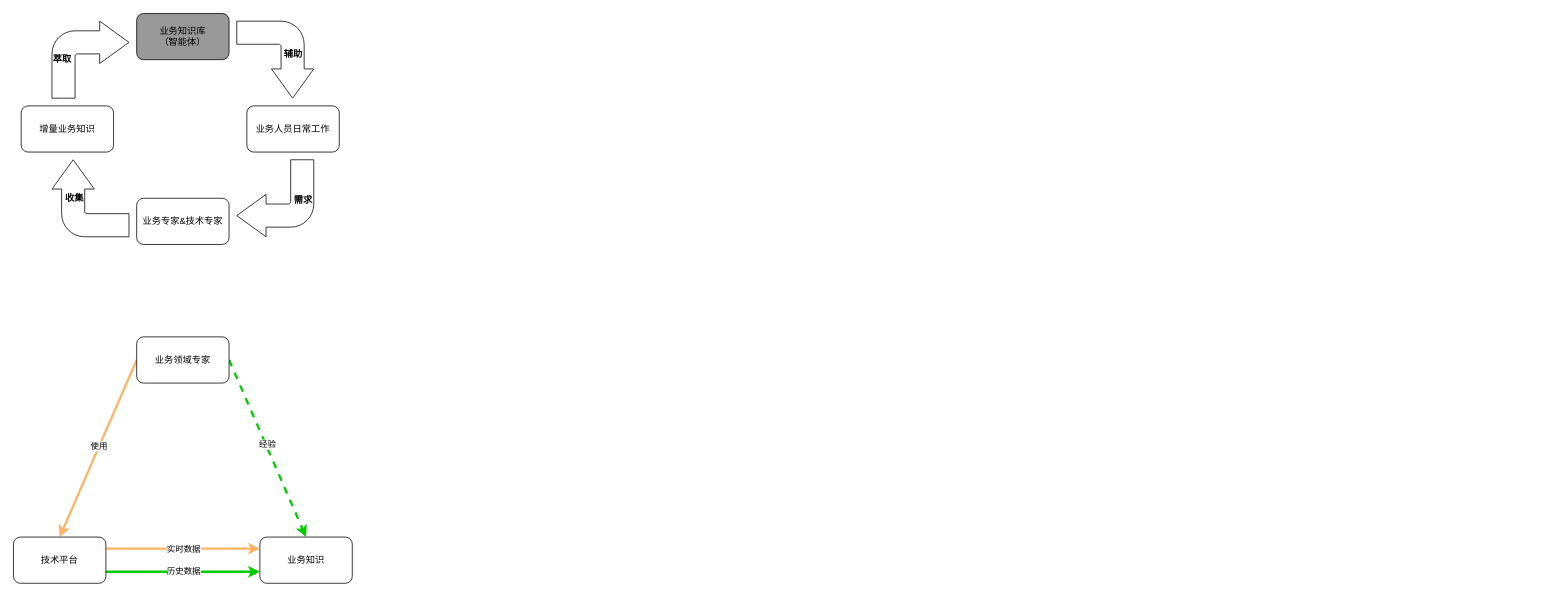
Earlier version of the draw.io diagram biz_flow/垂直领域知识库构建整体流程.drawio (hlld3344/diagrams). Source tidied: cells renumbered, new cells numbered last; positions are measured from the earlier drawing's top-left corner, leaving out a move shared by most shapes. Both pictures are drawn from the tidied source at 77%, with x=0, y=0 at pixel (13, 13). Pictures stored in the file or linked from it are replaced by grey dashed boxes.
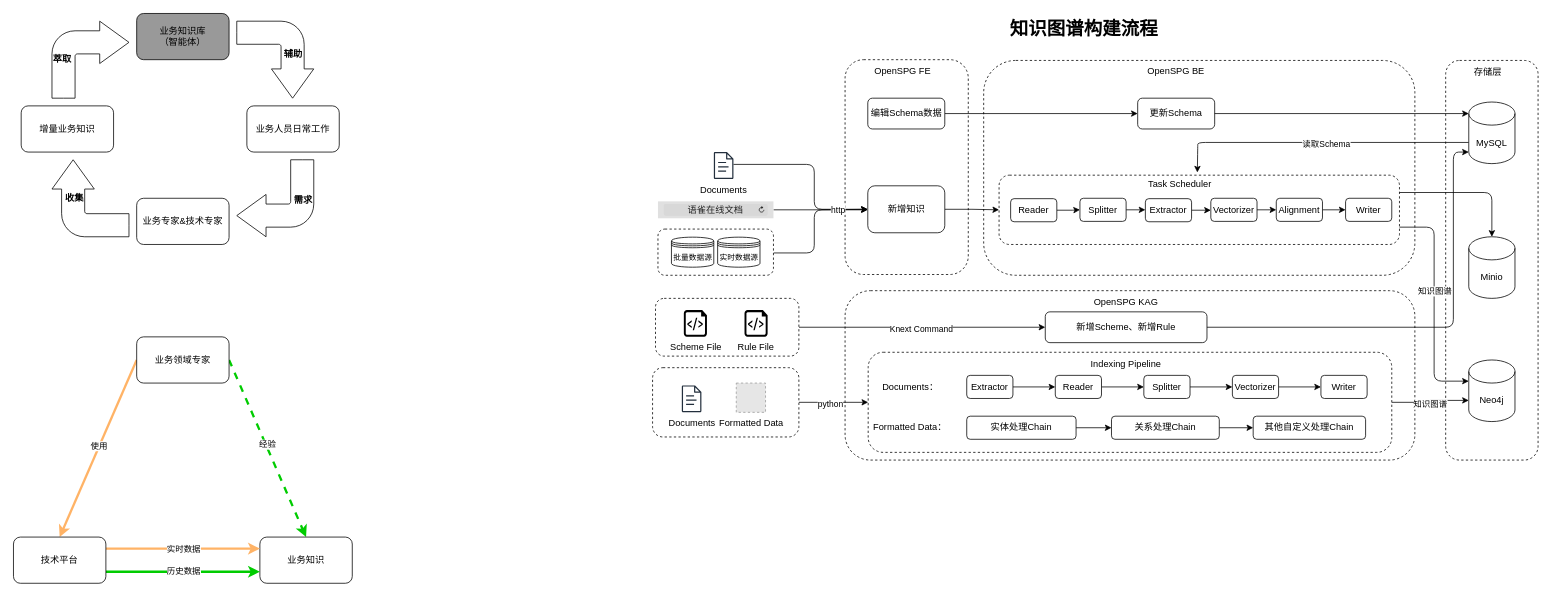
The same page after the edit.

Commit message:
更新垂直领域知识库构建整体流程.drawio

Change to the diagram source:
```diff
@@
+    <mxCell id="25" style="rounded=1;whiteSpace=wrap;html=1;dashed=1;" parent="1" vertex="1">
+      <mxGeometry x="1080" y="360" width="740" height="220" as="geometry" />
+    </mxCell>
+    <mxCell id="26" style="edgeStyle=orthogonalEdgeStyle;rounded=0;jettySize=auto;html=1;exitX=1;exitY=0.5;exitDx=0;exitDy=0;entryX=0;entryY=0.5;entryDx=0;entryDy=0;" parent="1" edge="1" source="28" target="81">
+      <mxGeometry relative="1" as="geometry" />
+    </mxCell>
+    <mxCell id="27" value="Knext Command" style="edgeLabel;html=1;align=center;verticalAlign=middle;" parent="26" vertex="1">
+      <mxGeometry x="-0.01" y="-1" relative="1" as="geometry">
+        <mxPoint y="1" as="offset" />
+      </mxGeometry>
+    </mxCell>
+    <mxCell id="28" style="rounded=1;whiteSpace=wrap;html=1;dashed=1;" parent="1" vertex="1">
+      <mxGeometry x="833.8" y="370" width="186.2" height="75" as="geometry" />
+    </mxCell>
+    <mxCell id="29" style="edgeStyle=orthogonalEdgeStyle;rounded=0;jettySize=auto;html=1;exitX=1;exitY=0.5;exitDx=0;exitDy=0;entryX=0;entryY=0.5;entryDx=0;entryDy=0;" parent="1" edge="1" source="31" target="77">
+      <mxGeometry relative="1" as="geometry" />
+    </mxCell>
+    <mxCell id="30" value="python" style="edgeLabel;html=1;align=center;verticalAlign=middle;" parent="29" vertex="1">
+      <mxGeometry x="-0.11" y="-1" relative="1" as="geometry" />
+    </mxCell>
+    <mxCell id="31" style="rounded=1;whiteSpace=wrap;html=1;dashed=1;" parent="1" vertex="1">
+      <mxGeometry x="830" y="460" width="190" height="90" as="geometry" />
+    </mxCell>
+    <mxCell id="32" style="rounded=1;whiteSpace=wrap;html=1;dashed=1;" parent="1" vertex="1">
+      <mxGeometry x="1080" y="60" width="160" height="279" as="geometry" />
+    </mxCell>
+    <mxCell id="33" style="edgeStyle=orthogonalEdgeStyle;rounded=1;jettySize=auto;html=1;curved=0;" parent="1" edge="1" source="34" target="52">
+      <mxGeometry relative="1" as="geometry">
+        <Array as="points">
+          <mxPoint x="1040" y="311" />
+          <mxPoint x="1040" y="255" />
+        </Array>
+      </mxGeometry>
+    </mxCell>
+    <mxCell id="34" style="rounded=1;whiteSpace=wrap;html=1;dashed=1;" parent="1" vertex="1">
+      <mxGeometry x="837" y="280" width="150" height="60" as="geometry" />
+    </mxCell>
+    <mxCell id="35" style="rounded=1;whiteSpace=wrap;html=1;dashed=1;" parent="1" vertex="1">
+      <mxGeometry x="1860" y="61" width="120" height="519" as="geometry" />
+    </mxCell>
+    <mxCell id="36" style="rounded=1;whiteSpace=wrap;html=1;dashed=1;" parent="1" vertex="1">
+      <mxGeometry x="1260" y="61" width="560" height="279" as="geometry" />
+    </mxCell>
@@
+    <mxCell id="37" value="OpenSPG BE" style="text;html=1;align=center;verticalAlign=middle;whiteSpace=wrap;rounded=0;" parent="1" vertex="1">
+      <mxGeometry x="1465" y="60" width="90" height="30" as="geometry" />
+    </mxCell>
+    <mxCell id="38" value="OpenSPG FE" style="text;html=1;align=center;verticalAlign=middle;whiteSpace=wrap;rounded=0;" parent="1" vertex="1">
+      <mxGeometry x="1109.5" y="60" width="90" height="30" as="geometry" />
+    </mxCell>
+    <mxCell id="39" value="OpenSPG KAG" style="text;html=1;align=center;verticalAlign=middle;whiteSpace=wrap;rounded=0;" parent="1" vertex="1">
+      <mxGeometry x="1400" y="360" width="90" height="30" as="geometry" />
+    </mxCell>
+    <mxCell id="40" style="edgeStyle=orthogonalEdgeStyle;rounded=1;jettySize=auto;html=1;entryX=0;entryY=0.5;entryDx=0;entryDy=0;curved=0;" parent="1" edge="1" source="41" target="52">
+      <mxGeometry relative="1" as="geometry">
+        <Array as="points">
+          <mxPoint x="1040" y="196" />
+          <mxPoint x="1040" y="254" />
+        </Array>
+      </mxGeometry>
+    </mxCell>
+    <mxCell id="41" value="&lt;span style=&quot;color: rgb(0, 0, 0); text-wrap-mode: wrap;&quot;&gt;Documents&lt;/span&gt;" style="sketch=0;outlineConnect=0;fontColor=#232F3E;gradientColor=none;fillColor=#232F3D;strokeColor=none;dashed=0;verticalLabelPosition=bottom;verticalAlign=top;align=center;html=1;fontSize=12;fontStyle=0;shape=mxgraph.aws4.document;" parent="1" vertex="1">
+      <mxGeometry x="909.5" y="180" width="25.6" height="35" as="geometry" />
+    </mxCell>
+    <mxCell id="42" style="edgeStyle=orthogonalEdgeStyle;rounded=1;jettySize=auto;html=1;exitX=0;exitY=0;exitDx=0;exitDy=52.5;exitPerimeter=0;entryX=0.75;entryY=0;entryDx=0;entryDy=0;curved=0;" parent="1" edge="1" source="44" target="61">
+      <mxGeometry relative="1" as="geometry">
+        <Array as="points">
+          <mxPoint x="1538" y="173" />
+          <mxPoint x="1538" y="187" />
+        </Array>
+      </mxGeometry>
+    </mxCell>
+    <mxCell id="43" value="读取Schema" style="edgeLabel;html=1;align=center;verticalAlign=middle;" parent="42" vertex="1">
+      <mxGeometry x="-0.05" y="2" relative="1" as="geometry" />
+    </mxCell>
+    <mxCell id="44" value="MySQL" style="shape=cylinder3;whiteSpace=wrap;html=1;boundedLbl=1;backgroundOutline=1;size=15;" parent="1" vertex="1">
+      <mxGeometry x="1890" y="115" width="60" height="80" as="geometry" />
+    </mxCell>
+    <mxCell id="45" value="更新Schema" style="rounded=1;whiteSpace=wrap;html=1;" parent="1" vertex="1">
+      <mxGeometry x="1460" y="110" width="100" height="40" as="geometry" />
+    </mxCell>
+    <mxCell id="46" style="edgeStyle=orthogonalEdgeStyle;rounded=0;jettySize=auto;html=1;" parent="1" edge="1" source="47" target="45">
+      <mxGeometry relative="1" as="geometry" />
+    </mxCell>
+    <mxCell id="47" value="编辑Schema数据" style="rounded=1;whiteSpace=wrap;html=1;" parent="1" vertex="1">
+      <mxGeometry x="1109.5" y="110" width="100" height="40" as="geometry" />
+    </mxCell>
+    <mxCell id="48" value="存储层" style="text;html=1;align=center;verticalAlign=middle;whiteSpace=wrap;rounded=0;" parent="1" vertex="1">
+      <mxGeometry x="1870" y="61" width="90" height="30" as="geometry" />
+    </mxCell>
+    <mxCell id="49" value="Minio" style="shape=cylinder3;whiteSpace=wrap;html=1;boundedLbl=1;backgroundOutline=1;size=15;" parent="1" vertex="1">
+      <mxGeometry x="1890" y="290" width="60" height="80" as="geometry" />
+    </mxCell>
+    <mxCell id="50" value="Neo4j" style="shape=cylinder3;whiteSpace=wrap;html=1;boundedLbl=1;backgroundOutline=1;size=15;" parent="1" vertex="1">
+      <mxGeometry x="1890" y="450" width="60" height="80" as="geometry" />
+    </mxCell>
+    <mxCell id="51" style="edgeStyle=orthogonalEdgeStyle;rounded=0;jettySize=auto;html=1;exitX=1;exitY=0.5;exitDx=0;exitDy=0;entryX=0;entryY=0.5;entryDx=0;entryDy=0;" parent="1" edge="1" source="52" target="58">
+      <mxGeometry relative="1" as="geometry" />
+    </mxCell>
+    <mxCell id="52" value="新增知识" style="rounded=1;whiteSpace=wrap;html=1;" parent="1" vertex="1">
+      <mxGeometry x="1109.5" y="223.8" width="100" height="61" as="geometry" />
+    </mxCell>
+    <mxCell id="53" style="edgeStyle=orthogonalEdgeStyle;rounded=1;jettySize=auto;html=1;curved=0;" parent="1" edge="1" source="55" target="52">
+      <mxGeometry relative="1" as="geometry" />
+    </mxCell>
+    <mxCell id="54" value="http" style="edgeLabel;html=1;align=center;verticalAlign=middle;" parent="53" vertex="1">
+      <mxGeometry x="0.36" relative="1" as="geometry" />
+    </mxCell>
+    <mxCell id="55" value="&lt;font style=&quot;font-size: 12px;&quot;&gt;语雀在线文档&lt;/font&gt;" style="html=1;strokeWidth=1;shadow=0;dashed=0;shape=mxgraph.ios7ui.url;fillColor=#e0e0e0;strokeColor=#c0c0c0;buttonText=;strokeColor2=#222222;fontColor=#222222;fontSize=8;spacingTop=2;align=center;whiteSpace=wrap;" parent="1" vertex="1">
+      <mxGeometry x="837" y="244" width="150" height="22" as="geometry" />
+    </mxCell>
+    <mxCell id="56" value="&lt;font style=&quot;font-size: 10px;&quot;&gt;批量数据源&lt;/font&gt;" style="shape=datastore;whiteSpace=wrap;html=1;" parent="1" vertex="1">
+      <mxGeometry x="854.5" y="290.5" width="55" height="39" as="geometry" />
+    </mxCell>
+    <mxCell id="57" value="&lt;font style=&quot;font-size: 10px;&quot;&gt;实时数据源&lt;/font&gt;" style="shape=datastore;whiteSpace=wrap;html=1;" parent="1" vertex="1">
+      <mxGeometry x="914.5" y="290.5" width="55" height="39" as="geometry" />
+    </mxCell>
+    <mxCell id="58" style="rounded=1;whiteSpace=wrap;html=1;dashed=1;" parent="1" vertex="1">
+      <mxGeometry x="1280" y="210" width="520" height="90" as="geometry" />
+    </mxCell>
+    <mxCell id="59" style="edgeStyle=orthogonalEdgeStyle;rounded=0;jettySize=auto;html=1;entryX=0;entryY=0.5;entryDx=0;entryDy=0;" parent="1" edge="1" source="60" target="63">
+      <mxGeometry relative="1" as="geometry" />
+    </mxCell>
+    <mxCell id="60" value="Reader" style="rounded=1;whiteSpace=wrap;html=1;" parent="1" vertex="1">
+      <mxGeometry x="1295" y="240.5" width="60" height="30" as="geometry" />
+    </mxCell>
+    <mxCell id="61" value="Task Scheduler" style="text;html=1;align=center;verticalAlign=middle;whiteSpace=wrap;rounded=0;" parent="1" vertex="1">
+      <mxGeometry x="1470" y="206.5" width="90" height="30" as="geometry" />
+    </mxCell>
+    <mxCell id="62" style="edgeStyle=orthogonalEdgeStyle;rounded=0;jettySize=auto;html=1;exitX=1;exitY=0.5;exitDx=0;exitDy=0;entryX=0;entryY=0.5;entryDx=0;entryDy=0;" parent="1" edge="1" source="63" target="65">
+      <mxGeometry relative="1" as="geometry" />
+    </mxCell>
+    <mxCell id="63" value="Splitter" style="rounded=1;whiteSpace=wrap;html=1;" parent="1" vertex="1">
+      <mxGeometry x="1385" y="240" width="60" height="30" as="geometry" />
+    </mxCell>
+    <mxCell id="64" style="edgeStyle=orthogonalEdgeStyle;rounded=0;jettySize=auto;html=1;exitX=1;exitY=0.5;exitDx=0;exitDy=0;entryX=0;entryY=0.5;entryDx=0;entryDy=0;" parent="1" edge="1" source="65" target="67">
+      <mxGeometry relative="1" as="geometry" />
+    </mxCell>
+    <mxCell id="65" value="Extractor" style="rounded=1;whiteSpace=wrap;html=1;" parent="1" vertex="1">
+      <mxGeometry x="1470" y="240.5" width="60" height="30" as="geometry" />
+    </mxCell>
+    <mxCell id="66" style="edgeStyle=orthogonalEdgeStyle;rounded=0;jettySize=auto;html=1;exitX=1;exitY=0.5;exitDx=0;exitDy=0;entryX=0;entryY=0.5;entryDx=0;entryDy=0;" parent="1" edge="1" source="67" target="69">
+      <mxGeometry relative="1" as="geometry" />
+    </mxCell>
+    <mxCell id="67" value="Vectorizer" style="rounded=1;whiteSpace=wrap;html=1;" parent="1" vertex="1">
+      <mxGeometry x="1555" y="240" width="60" height="30" as="geometry" />
+    </mxCell>
+    <mxCell id="68" style="edgeStyle=orthogonalEdgeStyle;rounded=0;jettySize=auto;html=1;exitX=1;exitY=0.5;exitDx=0;exitDy=0;entryX=0;entryY=0.5;entryDx=0;entryDy=0;" parent="1" edge="1" source="69" target="70">
+      <mxGeometry relative="1" as="geometry" />
+    </mxCell>
+    <mxCell id="69" value="Alignment" style="rounded=1;whiteSpace=wrap;html=1;" parent="1" vertex="1">
+      <mxGeometry x="1640" y="240" width="60" height="30" as="geometry" />
+    </mxCell>
+    <mxCell id="70" value="Writer" style="rounded=1;whiteSpace=wrap;html=1;" parent="1" vertex="1">
+      <mxGeometry x="1730" y="240" width="60" height="30" as="geometry" />
+    </mxCell>
+    <mxCell id="71" style="edgeStyle=orthogonalEdgeStyle;rounded=1;jettySize=auto;html=1;exitX=1;exitY=0.75;exitDx=0;exitDy=0;entryX=0;entryY=0;entryDx=0;entryDy=27.5;entryPerimeter=0;curved=0;" parent="1" edge="1" source="58" target="50">
+      <mxGeometry relative="1" as="geometry" />
+    </mxCell>
+    <mxCell id="72" value="知识图谱" style="edgeLabel;html=1;align=center;verticalAlign=middle;" parent="71" vertex="1">
+      <mxGeometry x="-0.12" relative="1" as="geometry" />
+    </mxCell>
+    <mxCell id="73" style="edgeStyle=orthogonalEdgeStyle;rounded=1;jettySize=auto;html=1;exitX=1;exitY=0.25;exitDx=0;exitDy=0;entryX=0.5;entryY=0;entryDx=0;entryDy=0;entryPerimeter=0;curved=0;" parent="1" edge="1" source="58" target="49">
+      <mxGeometry relative="1" as="geometry" />
+    </mxCell>
+    <mxCell id="74" style="edgeStyle=orthogonalEdgeStyle;rounded=0;jettySize=auto;html=1;exitX=1;exitY=0.5;exitDx=0;exitDy=0;entryX=0;entryY=0;entryDx=0;entryDy=15;entryPerimeter=0;" parent="1" edge="1" source="45" target="44">
+      <mxGeometry relative="1" as="geometry" />
+    </mxCell>
+    <mxCell id="75" value="&lt;span style=&quot;color: rgb(0, 0, 0); text-wrap-mode: wrap;&quot;&gt;Documents&lt;/span&gt;" style="sketch=0;fontColor=#232F3E;gradientColor=none;fillColor=#232F3D;strokeColor=none;dashed=0;verticalLabelPosition=bottom;verticalAlign=top;align=center;html=1;fontSize=12;fontStyle=0;shape=mxgraph.aws4.document;" parent="1" vertex="1">
+      <mxGeometry x="867.9" y="483" width="25.6" height="35" as="geometry" />
+    </mxCell>
+    <mxCell id="76" value="Scheme File" style="verticalLabelPosition=bottom;html=1;verticalAlign=top;align=center;strokeColor=none;fillColor=#000000;shape=mxgraph.azure.script_file;gradientColor=light-dark(#000000, #ffffff);" parent="1" vertex="1">
+      <mxGeometry x="870.6" y="385" width="30" height="35" as="geometry" />
+    </mxCell>
+    <mxCell id="77" style="rounded=1;whiteSpace=wrap;html=1;dashed=1;" parent="1" vertex="1">
+      <mxGeometry x="1110" y="440" width="680" height="130" as="geometry" />
+    </mxCell>
+    <mxCell id="78" value="Indexing Pipeline" style="text;html=1;align=center;verticalAlign=middle;whiteSpace=wrap;rounded=0;" parent="1" vertex="1">
+      <mxGeometry x="1390" y="440" width="110" height="30" as="geometry" />
+    </mxCell>
+    <mxCell id="79" value="Rule File" style="verticalLabelPosition=bottom;html=1;verticalAlign=top;align=center;strokeColor=none;fillColor=#000000;shape=mxgraph.azure.script_file;gradientColor=light-dark(#000000, #ffffff);" parent="1" vertex="1">
+      <mxGeometry x="949.4" y="385" width="30" height="35" as="geometry" />
+    </mxCell>
+    <mxCell id="80" value="Formatted Data" style="fillColor=#E6E6E6;strokeColor=#999999;dashed=1;html=1;verticalAlign=top;verticalLabelPosition=bottom;labelBackgroundColor=#ffffff;" parent="1" vertex="1">
+      <mxGeometry x="938.7" y="480" width="38" height="38" as="geometry" />
+    </mxCell>
+    <mxCell id="81" value="新增Scheme、新增Rule" style="rounded=1;whiteSpace=wrap;html=1;" parent="1" vertex="1">
+      <mxGeometry x="1340" y="387.5" width="210" height="40" as="geometry" />
+    </mxCell>
+    <mxCell id="82" style="edgeStyle=orthogonalEdgeStyle;rounded=1;jettySize=auto;html=1;exitX=1;exitY=0.5;exitDx=0;exitDy=0;entryX=0;entryY=1;entryDx=0;entryDy=-15;entryPerimeter=0;curved=0;" parent="1" edge="1" source="81" target="44">
+      <mxGeometry relative="1" as="geometry">
+        <Array as="points">
+          <mxPoint x="1870" y="408" />
+          <mxPoint x="1870" y="180" />
+        </Array>
+      </mxGeometry>
+    </mxCell>
+    <mxCell id="83" style="edgeStyle=orthogonalEdgeStyle;rounded=0;jettySize=auto;html=1;exitX=1;exitY=0.5;exitDx=0;exitDy=0;entryX=0;entryY=0.5;entryDx=0;entryDy=0;" parent="1" edge="1" source="84" target="88">
+      <mxGeometry relative="1" as="geometry" />
+    </mxCell>
+    <mxCell id="84" value="Reader" style="rounded=1;whiteSpace=wrap;html=1;" parent="1" vertex="1">
+      <mxGeometry x="1353" y="470" width="60" height="30" as="geometry" />
+    </mxCell>
+    <mxCell id="85" style="edgeStyle=orthogonalEdgeStyle;rounded=0;jettySize=auto;html=1;exitX=1;exitY=0.5;exitDx=0;exitDy=0;entryX=0;entryY=0.5;entryDx=0;entryDy=0;" parent="1" edge="1" source="86" target="84">
+      <mxGeometry relative="1" as="geometry" />
+    </mxCell>
+    <mxCell id="86" value="Extractor" style="rounded=1;whiteSpace=wrap;html=1;" parent="1" vertex="1">
+      <mxGeometry x="1238" y="470" width="60" height="30" as="geometry" />
+    </mxCell>
+    <mxCell id="87" style="edgeStyle=orthogonalEdgeStyle;rounded=0;jettySize=auto;html=1;exitX=1;exitY=0.5;exitDx=0;exitDy=0;entryX=0;entryY=0.5;entryDx=0;entryDy=0;" parent="1" edge="1" source="88" target="91">
+      <mxGeometry relative="1" as="geometry" />
+    </mxCell>
+    <mxCell id="88" value="Splitter" style="rounded=1;whiteSpace=wrap;html=1;" parent="1" vertex="1">
+      <mxGeometry x="1468" y="470" width="60" height="30" as="geometry" />
+    </mxCell>
+    <mxCell id="89" value="Writer" style="rounded=1;whiteSpace=wrap;html=1;" parent="1" vertex="1">
+      <mxGeometry x="1698" y="470" width="60" height="30" as="geometry" />
+    </mxCell>
+    <mxCell id="90" style="edgeStyle=orthogonalEdgeStyle;rounded=0;jettySize=auto;html=1;exitX=1;exitY=0.5;exitDx=0;exitDy=0;entryX=0;entryY=0.5;entryDx=0;entryDy=0;" parent="1" edge="1" source="91" target="89">
+      <mxGeometry relative="1" as="geometry" />
+    </mxCell>
+    <mxCell id="91" value="Vectorizer" style="rounded=1;whiteSpace=wrap;html=1;" parent="1" vertex="1">
+      <mxGeometry x="1583" y="470" width="60" height="30" as="geometry" />
+    </mxCell>
+    <mxCell id="92" value="Documents：" style="text;html=1;align=center;verticalAlign=middle;whiteSpace=wrap;rounded=0;" parent="1" vertex="1">
+      <mxGeometry x="1119.5" y="470" width="90" height="30" as="geometry" />
+    </mxCell>
+    <mxCell id="93" value="Formatted Data：" style="text;html=1;align=center;verticalAlign=middle;whiteSpace=wrap;rounded=0;" parent="1" vertex="1">
+      <mxGeometry x="1114.2" y="523" width="100.5" height="30" as="geometry" />
+    </mxCell>
+    <mxCell id="94" style="edgeStyle=orthogonalEdgeStyle;rounded=0;jettySize=auto;html=1;exitX=1;exitY=0.5;exitDx=0;exitDy=0;entryX=0;entryY=0.5;entryDx=0;entryDy=0;" parent="1" edge="1" source="95" target="99">
+      <mxGeometry relative="1" as="geometry" />
+    </mxCell>
+    <mxCell id="95" value="实体处理Chain" style="rounded=1;whiteSpace=wrap;html=1;" parent="1" vertex="1">
+      <mxGeometry x="1238" y="523" width="142" height="30" as="geometry" />
+    </mxCell>
+    <mxCell id="96" style="edgeStyle=orthogonalEdgeStyle;rounded=0;jettySize=auto;html=1;exitX=1;exitY=0.5;exitDx=0;exitDy=0;entryX=0;entryY=0;entryDx=0;entryDy=52.5;entryPerimeter=0;" parent="1" edge="1" source="77" target="50">
+      <mxGeometry relative="1" as="geometry" />
+    </mxCell>
+    <mxCell id="97" value="知识图谱" style="edgeLabel;html=1;align=center;verticalAlign=middle;" parent="96" vertex="1">
+      <mxGeometry x="-0.04" y="-2" relative="1" as="geometry" />
+    </mxCell>
+    <mxCell id="98" style="edgeStyle=orthogonalEdgeStyle;rounded=0;jettySize=auto;html=1;exitX=1;exitY=0.5;exitDx=0;exitDy=0;entryX=0;entryY=0.5;entryDx=0;entryDy=0;" parent="1" edge="1" source="99" target="100">
+      <mxGeometry relative="1" as="geometry" />
+    </mxCell>
+    <mxCell id="99" value="关系处理Chain" style="rounded=1;whiteSpace=wrap;html=1;" parent="1" vertex="1">
+      <mxGeometry x="1426" y="523" width="140" height="30" as="geometry" />
+    </mxCell>
+    <mxCell id="100" value="其他自定义处理Chain" style="rounded=1;whiteSpace=wrap;html=1;" parent="1" vertex="1">
+      <mxGeometry x="1610" y="523" width="146" height="30" as="geometry" />
+    </mxCell>
+    <mxCell id="101" value="知识图谱构建流程" style="text;strokeColor=none;fillColor=none;html=1;fontSize=24;fontStyle=1;verticalAlign=middle;align=center;" parent="1" vertex="1">
+      <mxGeometry x="1230" width="320" height="40" as="geometry" />
+    </mxCell>
```
